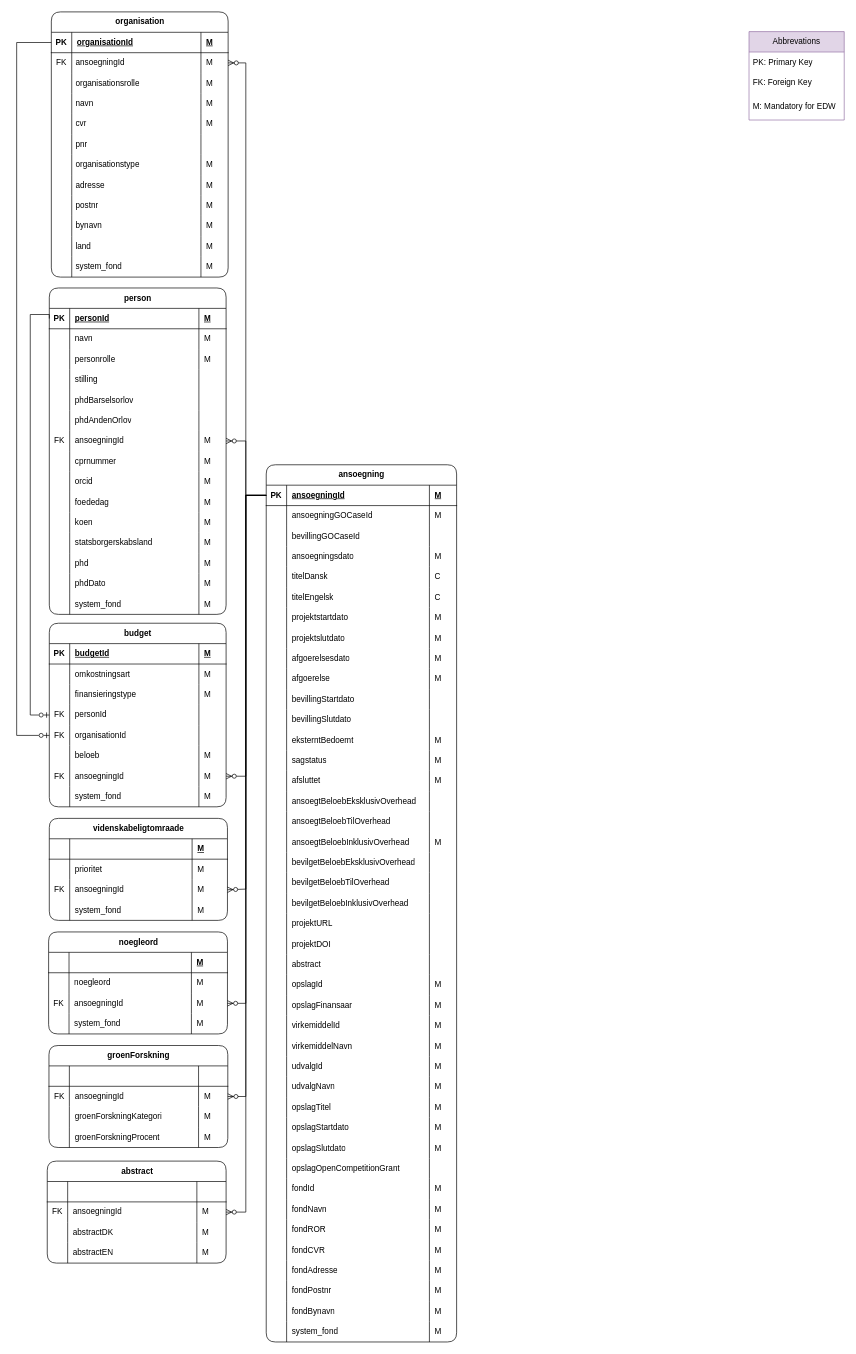
The draw.io diagram page "NY Raw" (4 of 5) of Grants model.drawio in thomas-lange-dk/Grants, before the edit. Source tidied: cells renumbered, new cells numbered last; positions are measured from the earlier drawing's top-left corner, leaving out a move shared by most shapes. Both pictures are drawn from the tidied source at 68%, with x=0, y=0 at pixel (16, 12).
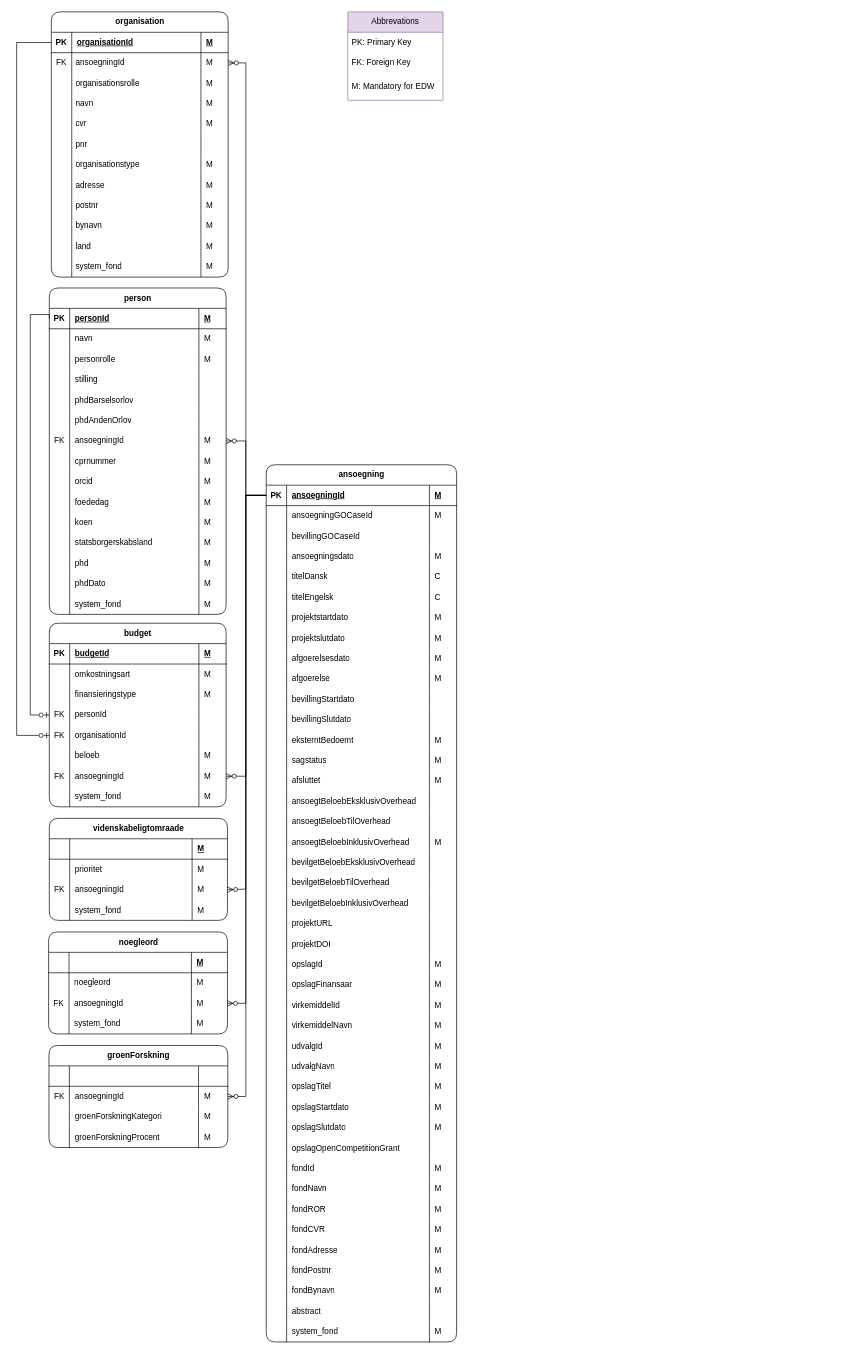
Above is the later version.

Unchanged cells that the change refers to:
```xml
<mxCell id="90" value="ansoegning" style="shape=table;startSize=30;childLayout=tableLayout;rowLines=0;fontStyle=1;align=center;html=1;swimlaneLine=1;shadow=0;rounded=1;swimlaneFillColor=none;" parent="1" vertex="1">
  <mxGeometry x="367" y="666" width="280" height="1290" as="geometry" />
</mxCell>
<mxCell id="92" value="PK" style="shape=partialRectangle;fillColor=none;top=0;left=0;bottom=0;right=0;fontStyle=1;overflow=hidden;whiteSpace=wrap;html=1;shadow=0;" parent="91" vertex="1">
  <mxGeometry width="30" height="30" as="geometry" />
</mxCell>
```

Diff of the diagram source:
```diff
@@
     <mxCell id="86" value="Abbrevations" style="swimlane;fontStyle=0;horizontal=1;startSize=30;whiteSpace=wrap;html=1;fillColor=#e1d5e7;strokeColor=#9673a6;" parent="1" vertex="1">
-      <mxGeometry x="1077" y="29" width="140" height="130" as="geometry" />
+      <mxGeometry x="487" width="140" height="130" as="geometry" />
     </mxCell>
@@
-    <mxCell id="183" style="shape=tableRow;horizontal=0;startSize=0;swimlaneHead=0;swimlaneBody=0;fillColor=none;top=0;left=0;right=0;bottom=0;shadow=0;" parent="90" vertex="1">
-      <mxGeometry y="720" width="280" height="30" as="geometry" />
-    </mxCell>
-    <mxCell id="184" style="shape=partialRectangle;fillColor=none;top=0;left=0;bottom=0;right=0;overflow=hidden;whiteSpace=wrap;html=1;shadow=0;" parent="183" vertex="1">
-      <mxGeometry width="30" height="30" as="geometry" />
-    </mxCell>
-    <mxCell id="185" value="abstract" style="shape=partialRectangle;fillColor=none;top=0;left=0;bottom=0;right=0;align=left;spacingLeft=6;overflow=hidden;whiteSpace=wrap;html=1;shadow=0;" parent="183" vertex="1">
-      <mxGeometry x="30" width="210" height="30" as="geometry" />
-    </mxCell>
-    <mxCell id="186" style="shape=partialRectangle;fillColor=none;top=0;left=0;bottom=0;right=0;align=left;spacingLeft=6;overflow=hidden;whiteSpace=wrap;html=1;shadow=0;" parent="183" vertex="1">
-      <mxGeometry x="240" width="40" height="30" as="geometry" />
-    </mxCell>
     <mxCell id="187" style="shape=tableRow;horizontal=0;startSize=0;swimlaneHead=0;swimlaneBody=0;fillColor=none;top=0;left=0;right=0;bottom=0;shadow=0;" parent="90" vertex="1">
-      <mxGeometry y="750" width="280" height="30" as="geometry" />
+      <mxGeometry y="720" width="280" height="30" as="geometry" />
     </mxCell>
@@
     <mxCell id="191" style="shape=tableRow;horizontal=0;startSize=0;swimlaneHead=0;swimlaneBody=0;fillColor=none;top=0;left=0;right=0;bottom=0;shadow=0;" parent="90" vertex="1">
-      <mxGeometry y="780" width="280" height="30" as="geometry" />
+      <mxGeometry y="750" width="280" height="30" as="geometry" />
     </mxCell>
@@
     <mxCell id="195" style="shape=tableRow;horizontal=0;startSize=0;swimlaneHead=0;swimlaneBody=0;fillColor=none;top=0;left=0;right=0;bottom=0;shadow=0;" parent="90" vertex="1">
-      <mxGeometry y="810" width="280" height="30" as="geometry" />
+      <mxGeometry y="780" width="280" height="30" as="geometry" />
     </mxCell>
@@
     <mxCell id="199" style="shape=tableRow;horizontal=0;startSize=0;swimlaneHead=0;swimlaneBody=0;fillColor=none;top=0;left=0;right=0;bottom=0;shadow=0;" parent="90" vertex="1">
-      <mxGeometry y="840" width="280" height="30" as="geometry" />
+      <mxGeometry y="810" width="280" height="30" as="geometry" />
     </mxCell>
@@
     <mxCell id="203" style="shape=tableRow;horizontal=0;startSize=0;swimlaneHead=0;swimlaneBody=0;fillColor=none;top=0;left=0;right=0;bottom=0;shadow=0;" parent="90" vertex="1">
-      <mxGeometry y="870" width="280" height="30" as="geometry" />
+      <mxGeometry y="840" width="280" height="30" as="geometry" />
     </mxCell>
@@
     <mxCell id="207" style="shape=tableRow;horizontal=0;startSize=0;swimlaneHead=0;swimlaneBody=0;fillColor=none;top=0;left=0;right=0;bottom=0;shadow=0;" parent="90" vertex="1">
-      <mxGeometry y="900" width="280" height="30" as="geometry" />
+      <mxGeometry y="870" width="280" height="30" as="geometry" />
     </mxCell>
@@
     <mxCell id="211" style="shape=tableRow;horizontal=0;startSize=0;swimlaneHead=0;swimlaneBody=0;fillColor=none;top=0;left=0;right=0;bottom=0;shadow=0;" parent="90" vertex="1">
-      <mxGeometry y="930" width="280" height="30" as="geometry" />
+      <mxGeometry y="900" width="280" height="30" as="geometry" />
     </mxCell>
@@
     <mxCell id="215" style="shape=tableRow;horizontal=0;startSize=0;swimlaneHead=0;swimlaneBody=0;fillColor=none;top=0;left=0;right=0;bottom=0;shadow=0;" parent="90" vertex="1">
-      <mxGeometry y="960" width="280" height="30" as="geometry" />
+      <mxGeometry y="930" width="280" height="30" as="geometry" />
     </mxCell>
@@
     <mxCell id="219" style="shape=tableRow;horizontal=0;startSize=0;swimlaneHead=0;swimlaneBody=0;fillColor=none;top=0;left=0;right=0;bottom=0;shadow=0;" parent="90" vertex="1">
-      <mxGeometry y="990" width="280" height="30" as="geometry" />
+      <mxGeometry y="960" width="280" height="30" as="geometry" />
     </mxCell>
@@
     <mxCell id="223" style="shape=tableRow;horizontal=0;startSize=0;swimlaneHead=0;swimlaneBody=0;fillColor=none;top=0;left=0;right=0;bottom=0;shadow=0;" parent="90" vertex="1">
-      <mxGeometry y="1020" width="280" height="30" as="geometry" />
+      <mxGeometry y="990" width="280" height="30" as="geometry" />
     </mxCell>
@@
     <mxCell id="227" style="shape=tableRow;horizontal=0;startSize=0;swimlaneHead=0;swimlaneBody=0;fillColor=none;top=0;left=0;right=0;bottom=0;shadow=0;" parent="90" vertex="1">
-      <mxGeometry y="1050" width="280" height="30" as="geometry" />
+      <mxGeometry y="1020" width="280" height="30" as="geometry" />
     </mxCell>
@@
     <mxCell id="231" style="shape=tableRow;horizontal=0;startSize=0;swimlaneHead=0;swimlaneBody=0;fillColor=none;top=0;left=0;right=0;bottom=0;shadow=0;" parent="90" vertex="1">
-      <mxGeometry y="1080" width="280" height="30" as="geometry" />
+      <mxGeometry y="1050" width="280" height="30" as="geometry" />
     </mxCell>
@@
     <mxCell id="235" style="shape=tableRow;horizontal=0;startSize=0;swimlaneHead=0;swimlaneBody=0;fillColor=none;top=0;left=0;right=0;bottom=0;shadow=0;" parent="90" vertex="1">
-      <mxGeometry y="1110" width="280" height="30" as="geometry" />
+      <mxGeometry y="1080" width="280" height="30" as="geometry" />
     </mxCell>
@@
     <mxCell id="239" style="shape=tableRow;horizontal=0;startSize=0;swimlaneHead=0;swimlaneBody=0;fillColor=none;top=0;left=0;right=0;bottom=0;shadow=0;" parent="90" vertex="1">
-      <mxGeometry y="1140" width="280" height="30" as="geometry" />
+      <mxGeometry y="1110" width="280" height="30" as="geometry" />
     </mxCell>
@@
     <mxCell id="243" style="shape=tableRow;horizontal=0;startSize=0;swimlaneHead=0;swimlaneBody=0;fillColor=none;top=0;left=0;right=0;bottom=0;shadow=0;" parent="90" vertex="1">
-      <mxGeometry y="1170" width="280" height="30" as="geometry" />
+      <mxGeometry y="1140" width="280" height="30" as="geometry" />
     </mxCell>
@@
     <mxCell id="247" style="shape=tableRow;horizontal=0;startSize=0;swimlaneHead=0;swimlaneBody=0;fillColor=none;top=0;left=0;right=0;bottom=0;shadow=0;" parent="90" vertex="1">
-      <mxGeometry y="1200" width="280" height="30" as="geometry" />
+      <mxGeometry y="1170" width="280" height="30" as="geometry" />
     </mxCell>
@@
     <mxCell id="251" style="shape=tableRow;horizontal=0;startSize=0;swimlaneHead=0;swimlaneBody=0;fillColor=none;top=0;left=0;right=0;bottom=0;shadow=0;" parent="90" vertex="1">
-      <mxGeometry y="1230" width="280" height="30" as="geometry" />
+      <mxGeometry y="1200" width="280" height="30" as="geometry" />
     </mxCell>
@@
+    <mxCell id="395" style="shape=tableRow;horizontal=0;startSize=0;swimlaneHead=0;swimlaneBody=0;fillColor=none;top=0;left=0;right=0;bottom=0;shadow=0;" parent="90" vertex="1">
+      <mxGeometry y="1230" width="280" height="30" as="geometry" />
+    </mxCell>
+    <mxCell id="396" style="shape=partialRectangle;fillColor=none;top=0;left=0;bottom=0;right=0;overflow=hidden;whiteSpace=wrap;html=1;shadow=0;" parent="395" vertex="1">
+      <mxGeometry width="30" height="30" as="geometry" />
+    </mxCell>
+    <mxCell id="185" value="abstract" style="shape=partialRectangle;fillColor=none;top=0;left=0;bottom=0;right=0;align=left;spacingLeft=6;overflow=hidden;whiteSpace=wrap;html=1;shadow=0;" parent="395" vertex="1">
+      <mxGeometry x="30" width="210" height="30" as="geometry" />
+    </mxCell>
+    <mxCell id="186" style="shape=partialRectangle;fillColor=none;top=0;left=0;bottom=0;right=0;align=left;spacingLeft=6;overflow=hidden;whiteSpace=wrap;html=1;shadow=0;" parent="395" vertex="1">
+      <mxGeometry x="240" width="40" height="30" as="geometry" />
+    </mxCell>
@@
-    <mxCell id="377" value="abstract" style="shape=table;startSize=30;childLayout=tableLayout;rowLines=0;fontStyle=1;align=center;html=1;shadow=0;rounded=1;" parent="1" vertex="1">
-      <mxGeometry x="45" y="1690" width="263" height="150" as="geometry" />
-    </mxCell>
-    <mxCell id="378" style="shape=tableRow;horizontal=0;startSize=0;swimlaneHead=0;swimlaneBody=0;fillColor=none;top=0;left=0;right=0;bottom=1;shadow=0;" parent="377" vertex="1">
-      <mxGeometry y="30" width="263" height="30" as="geometry" />
-    </mxCell>
-    <mxCell id="379" style="shape=partialRectangle;fillColor=none;top=0;left=0;bottom=0;right=0;fontStyle=1;overflow=hidden;whiteSpace=wrap;html=1;shadow=0;" parent="378" vertex="1">
-      <mxGeometry width="30" height="30" as="geometry" />
-    </mxCell>
-    <mxCell id="380" style="shape=partialRectangle;fillColor=none;top=0;left=0;bottom=0;right=0;align=left;spacingLeft=6;fontStyle=5;overflow=hidden;whiteSpace=wrap;html=1;shadow=0;" parent="378" vertex="1">
-      <mxGeometry x="30" width="190" height="30" as="geometry" />
-    </mxCell>
-    <mxCell id="381" style="shape=partialRectangle;fillColor=none;top=0;left=0;bottom=0;right=0;align=left;spacingLeft=6;fontStyle=5;overflow=hidden;whiteSpace=wrap;html=1;shadow=0;" parent="378" vertex="1">
-      <mxGeometry x="220" width="43" height="30" as="geometry" />
-    </mxCell>
-    <mxCell id="382" style="shape=tableRow;horizontal=0;startSize=0;swimlaneHead=0;swimlaneBody=0;fillColor=none;points=[[0,0.5],[1,0.5]];portConstraint=eastwest;top=0;left=0;right=0;bottom=0;shadow=0;" parent="377" vertex="1">
-      <mxGeometry y="60" width="263" height="30" as="geometry" />
-    </mxCell>
-    <mxCell id="383" value="FK" style="shape=partialRectangle;fillColor=none;top=0;left=0;bottom=0;right=0;overflow=hidden;whiteSpace=wrap;html=1;shadow=0;" parent="382" vertex="1">
-      <mxGeometry width="30" height="30" as="geometry" />
-    </mxCell>
-    <mxCell id="384" value="ansoegningId" style="shape=partialRectangle;fillColor=none;top=0;left=0;bottom=0;right=0;align=left;spacingLeft=6;overflow=hidden;whiteSpace=wrap;html=1;shadow=0;" parent="382" vertex="1">
-      <mxGeometry x="30" width="190" height="30" as="geometry" />
-    </mxCell>
-    <mxCell id="385" value="M" style="shape=partialRectangle;fillColor=none;top=0;left=0;bottom=0;right=0;align=left;spacingLeft=6;overflow=hidden;whiteSpace=wrap;html=1;shadow=0;" parent="382" vertex="1">
-      <mxGeometry x="220" width="43" height="30" as="geometry" />
-    </mxCell>
-    <mxCell id="386" style="shape=tableRow;horizontal=0;startSize=0;swimlaneHead=0;swimlaneBody=0;fillColor=none;top=0;left=0;right=0;bottom=0;shadow=0;" parent="377" vertex="1">
-      <mxGeometry y="90" width="263" height="30" as="geometry" />
-    </mxCell>
-    <mxCell id="387" style="shape=partialRectangle;fillColor=none;top=0;left=0;bottom=0;right=0;overflow=hidden;whiteSpace=wrap;html=1;shadow=0;" parent="386" vertex="1">
-      <mxGeometry width="30" height="30" as="geometry" />
-    </mxCell>
-    <mxCell id="388" value="abstractDK" style="shape=partialRectangle;fillColor=none;top=0;left=0;bottom=0;right=0;align=left;spacingLeft=6;overflow=hidden;whiteSpace=wrap;html=1;shadow=0;" parent="386" vertex="1">
-      <mxGeometry x="30" width="190" height="30" as="geometry" />
-    </mxCell>
-    <mxCell id="389" value="M" style="shape=partialRectangle;fillColor=none;top=0;left=0;bottom=0;right=0;align=left;spacingLeft=6;overflow=hidden;whiteSpace=wrap;html=1;shadow=0;" parent="386" vertex="1">
-      <mxGeometry x="220" width="43" height="30" as="geometry" />
-    </mxCell>
-    <mxCell id="390" style="shape=tableRow;horizontal=0;startSize=0;swimlaneHead=0;swimlaneBody=0;fillColor=none;top=0;left=0;right=0;bottom=0;shadow=0;" parent="377" vertex="1">
-      <mxGeometry y="120" width="263" height="30" as="geometry" />
-    </mxCell>
-    <mxCell id="391" style="shape=partialRectangle;fillColor=none;top=0;left=0;bottom=0;right=0;overflow=hidden;whiteSpace=wrap;html=1;shadow=0;" parent="390" vertex="1">
-      <mxGeometry width="30" height="30" as="geometry" />
-    </mxCell>
-    <mxCell id="392" value="abstractEN" style="shape=partialRectangle;fillColor=none;top=0;left=0;bottom=0;right=0;align=left;spacingLeft=6;overflow=hidden;whiteSpace=wrap;html=1;shadow=0;" parent="390" vertex="1">
-      <mxGeometry x="30" width="190" height="30" as="geometry" />
-    </mxCell>
-    <mxCell id="393" value="M" style="shape=partialRectangle;fillColor=none;top=0;left=0;bottom=0;right=0;align=left;spacingLeft=6;overflow=hidden;whiteSpace=wrap;html=1;shadow=0;" parent="390" vertex="1">
-      <mxGeometry x="220" width="43" height="30" as="geometry" />
-    </mxCell>
-    <mxCell id="394" style="edgeStyle=orthogonalEdgeStyle;fontSize=12;html=1;endArrow=ERzeroToMany;endFill=1;rounded=0;shadow=0;entryX=1;entryY=0.5;entryDx=0;entryDy=0;exitX=0;exitY=0.5;exitDx=0;exitDy=0;" parent="1" edge="1" source="92" target="382">
-      <mxGeometry relative="1" as="geometry">
-        <Array as="points">
-          <mxPoint x="337" y="711" />
-          <mxPoint x="337" y="1765" />
-        </Array>
-      </mxGeometry>
-    </mxCell>
```
